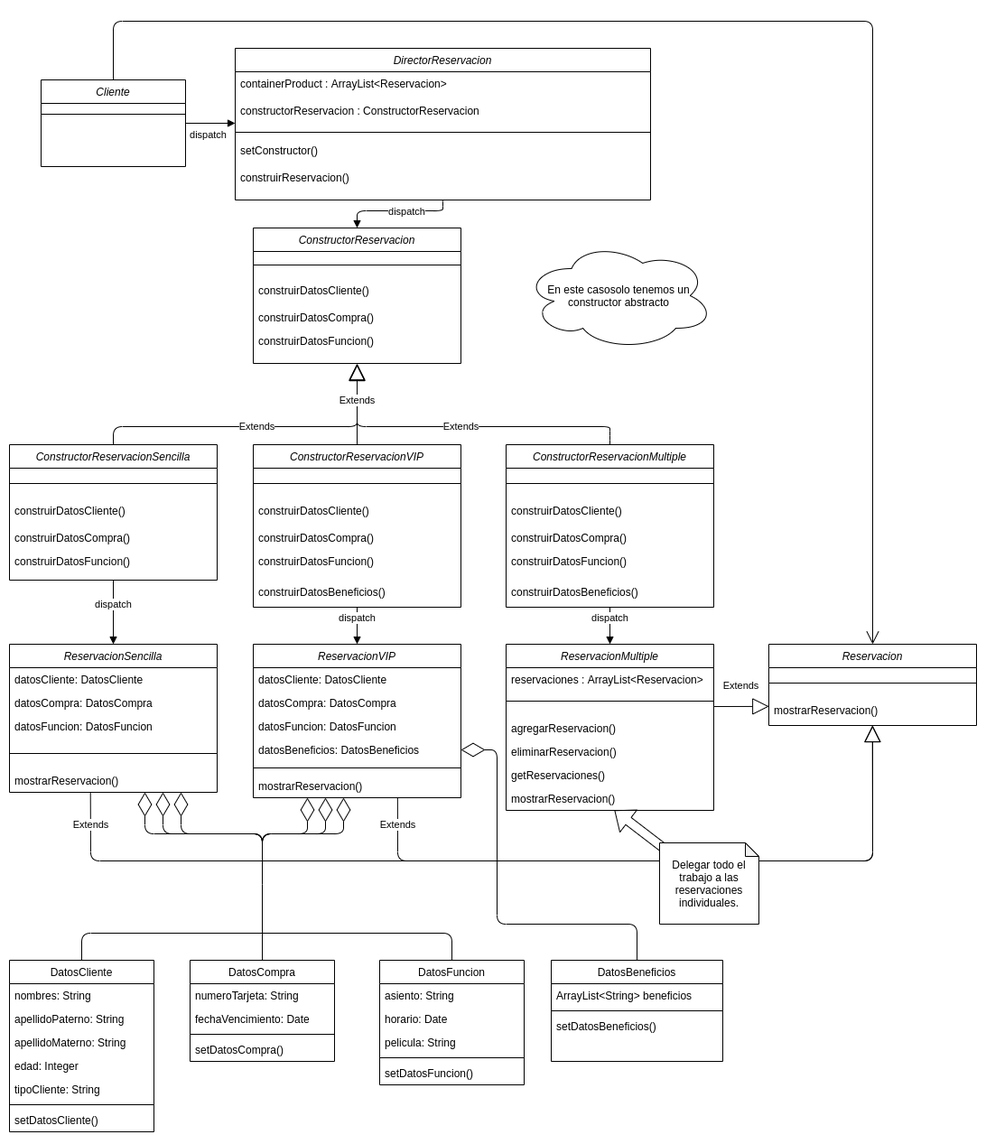
Earlier version of the draw.io export diagramas/BUILDER_COMPOSITE/diagrama de clase.png (Josemarialanda/PDAS-proyecto-final). Source tidied: cells renumbered, new cells last; positions are measured from the earlier drawing's top-left corner, leaving out a move shared by most shapes.
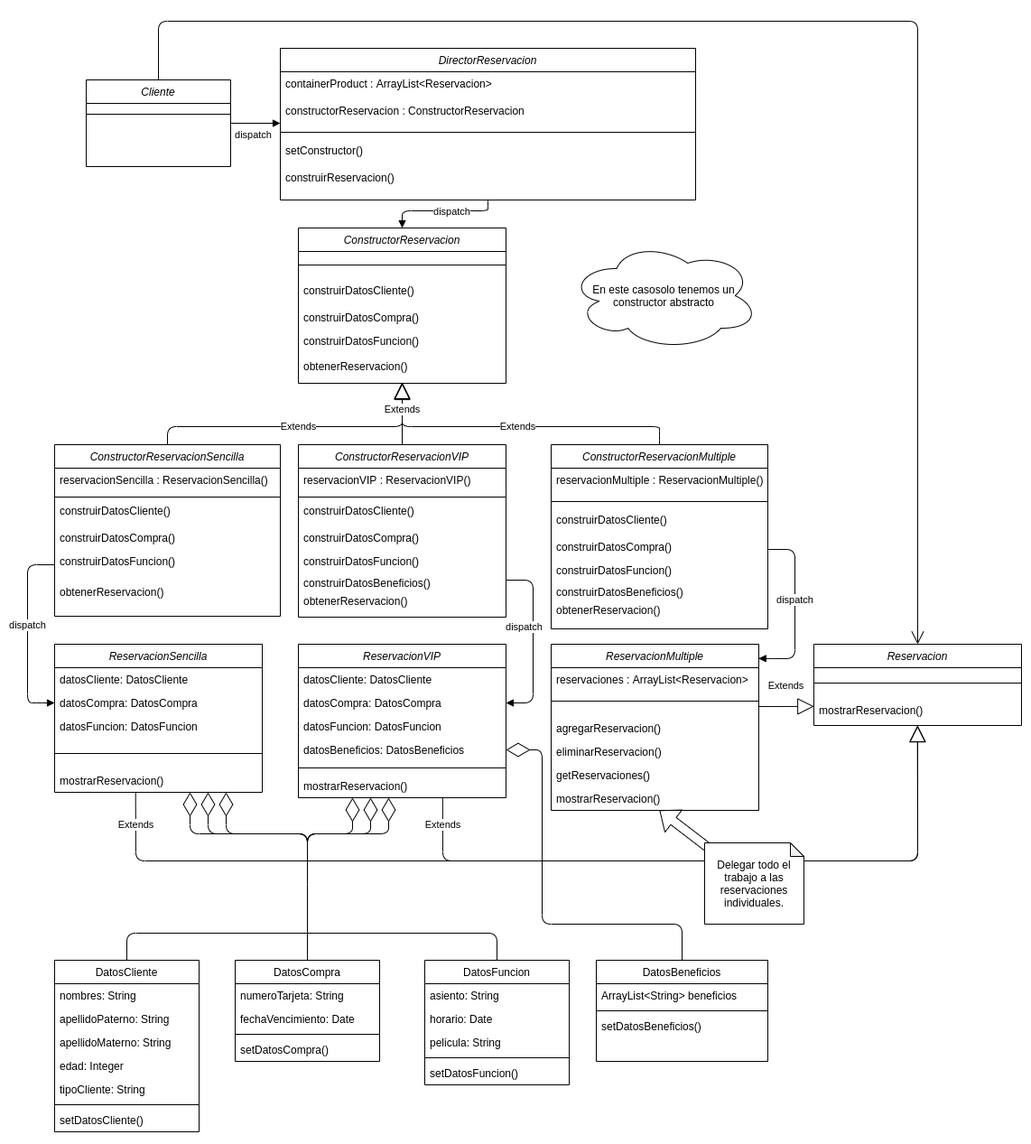
After the change.

Commit message:
cambio pequeño a diagram de clase patron 3

What changed in the source:
```diff
@@ -27,7 +27,7 @@
       <mxGeometry y="130" width="460" height="30" as="geometry" />
     </mxCell>
     <mxCell id="10" value="ConstructorReservacion" style="swimlane;fontStyle=2;align=center;verticalAlign=top;horizontal=1;startSize=26;rounded=0;shadow=0;strokeWidth=1;" parent="1" vertex="1">
-      <mxGeometry x="270" y="229" width="230" height="150" as="geometry" />
+      <mxGeometry x="270" y="229" width="230" height="172" as="geometry" />
     </mxCell>
     <mxCell id="11" style="line;html=1;strokeWidth=1;align=left;verticalAlign=middle;spacingTop=-1;spacingLeft=3;spacingRight=3;labelPosition=right;" parent="10" vertex="1">
       <mxGeometry y="26" width="230" height="30" as="geometry" />
@@ -39,8 +39,11 @@
       <mxGeometry y="86" width="230" height="26" as="geometry" />
     </mxCell>
     <mxCell id="14" value="construirDatosFuncion()" style="text;align=left;verticalAlign=top;spacingLeft=4;spacingRight=4;overflow=hidden;rounded=0;shadow=0;html=0;" parent="10" vertex="1">
-      <mxGeometry y="112" width="230" height="34" as="geometry" />
+      <mxGeometry y="112" width="230" height="28" as="geometry" />
     </mxCell>
+    <mxCell id="102" value="obtenerReservacion()" style="text;align=left;verticalAlign=top;spacingLeft=4;spacingRight=4;overflow=hidden;rounded=0;shadow=0;html=0;" parent="10" vertex="1">
+      <mxGeometry y="140" width="230" height="26" as="geometry" />
+    </mxCell>
     <mxCell id="15" value="dispatch" style="html=1;verticalAlign=bottom;endArrow=block;exitX=0.5;exitY=1;exitDx=0;exitDy=0;entryX=0.5;entryY=0;entryDx=0;entryDy=0;" parent="1" edge="1" source="4" target="10">
       <mxGeometry x="-0.17" y="10" relative="1" as="geometry">
         <Array as="points">
@@ -51,25 +54,34 @@
       </mxGeometry>
     </mxCell>
     <mxCell id="16" value="ConstructorReservacionSencilla" style="swimlane;fontStyle=2;align=center;verticalAlign=top;horizontal=1;startSize=26;rounded=0;shadow=0;strokeWidth=1;" parent="1" vertex="1">
-      <mxGeometry y="469" width="230" height="150" as="geometry" />
+      <mxGeometry y="469" width="250" height="190" as="geometry" />
     </mxCell>
+    <mxCell id="103" value="reservacionSencilla : ReservacionSencilla()" style="text;align=left;verticalAlign=top;spacingLeft=4;spacingRight=4;overflow=hidden;rounded=0;shadow=0;html=0;" parent="16" vertex="1">
+      <mxGeometry y="26" width="250" height="30" as="geometry" />
+    </mxCell>
     <mxCell id="17" style="line;html=1;strokeWidth=1;align=left;verticalAlign=middle;spacingTop=-1;spacingLeft=3;spacingRight=3;labelPosition=right;" parent="16" vertex="1">
-      <mxGeometry y="26" width="230" height="34" as="geometry" />
+      <mxGeometry y="56" width="250" height="4" as="geometry" />
     </mxCell>
     <mxCell id="18" value="construirDatosCliente()" style="text;align=left;verticalAlign=top;spacingLeft=4;spacingRight=4;overflow=hidden;rounded=0;shadow=0;html=0;" parent="16" vertex="1">
-      <mxGeometry y="60" width="230" height="30" as="geometry" />
+      <mxGeometry y="60" width="250" height="30" as="geometry" />
     </mxCell>
     <mxCell id="19" value="construirDatosCompra()" style="text;align=left;verticalAlign=top;spacingLeft=4;spacingRight=4;overflow=hidden;rounded=0;shadow=0;html=0;" parent="16" vertex="1">
-      <mxGeometry y="90" width="230" height="26" as="geometry" />
+      <mxGeometry y="90" width="250" height="26" as="geometry" />
     </mxCell>
     <mxCell id="20" value="construirDatosFuncion()" style="text;align=left;verticalAlign=top;spacingLeft=4;spacingRight=4;overflow=hidden;points=[[0,0.5],[1,0.5]];portConstraint=eastwest;rounded=0;shadow=0;html=0;" parent="16" vertex="1">
-      <mxGeometry y="116" width="230" height="34" as="geometry" />
+      <mxGeometry y="116" width="250" height="34" as="geometry" />
     </mxCell>
+    <mxCell id="104" value="obtenerReservacion()" style="text;align=left;verticalAlign=top;spacingLeft=4;spacingRight=4;overflow=hidden;rounded=0;shadow=0;html=0;" parent="16" vertex="1">
+      <mxGeometry y="150" width="250" height="40" as="geometry" />
+    </mxCell>
     <mxCell id="21" value="ConstructorReservacionVIP" style="swimlane;fontStyle=2;align=center;verticalAlign=top;horizontal=1;startSize=26;rounded=0;shadow=0;strokeWidth=1;" parent="1" vertex="1">
-      <mxGeometry x="270" y="469" width="230" height="180" as="geometry" />
+      <mxGeometry x="270" y="469" width="230" height="191" as="geometry" />
     </mxCell>
+    <mxCell id="105" value="reservacionVIP : ReservacionVIP()" style="text;align=left;verticalAlign=top;spacingLeft=4;spacingRight=4;overflow=hidden;rounded=0;shadow=0;html=0;" parent="21" vertex="1">
+      <mxGeometry y="26" width="230" height="30" as="geometry" />
+    </mxCell>
     <mxCell id="22" style="line;html=1;strokeWidth=1;align=left;verticalAlign=middle;spacingTop=-1;spacingLeft=3;spacingRight=3;labelPosition=right;" parent="21" vertex="1">
-      <mxGeometry y="26" width="230" height="34" as="geometry" />
+      <mxGeometry y="56" width="230" height="4" as="geometry" />
     </mxCell>
     <mxCell id="23" value="construirDatosCliente()" style="text;align=left;verticalAlign=top;spacingLeft=4;spacingRight=4;overflow=hidden;rounded=0;shadow=0;html=0;" parent="21" vertex="1">
       <mxGeometry y="60" width="230" height="30" as="geometry" />
@@ -78,29 +90,38 @@
       <mxGeometry y="90" width="230" height="26" as="geometry" />
     </mxCell>
     <mxCell id="25" value="construirDatosFuncion()" style="text;align=left;verticalAlign=top;spacingLeft=4;spacingRight=4;overflow=hidden;rounded=0;shadow=0;html=0;" parent="21" vertex="1">
-      <mxGeometry y="116" width="230" height="34" as="geometry" />
+      <mxGeometry y="116" width="230" height="24" as="geometry" />
     </mxCell>
     <mxCell id="26" value="construirDatosBeneficios()" style="text;align=left;verticalAlign=top;spacingLeft=4;spacingRight=4;overflow=hidden;points=[[0,0.5],[1,0.5]];portConstraint=eastwest;rounded=0;shadow=0;html=0;" parent="21" vertex="1">
-      <mxGeometry y="150" width="230" height="30" as="geometry" />
+      <mxGeometry y="140" width="230" height="20" as="geometry" />
     </mxCell>
+    <mxCell id="106" value="obtenerReservacion()" style="text;align=left;verticalAlign=top;spacingLeft=4;spacingRight=4;overflow=hidden;rounded=0;shadow=0;html=0;" parent="21" vertex="1">
+      <mxGeometry y="160" width="230" height="20" as="geometry" />
+    </mxCell>
     <mxCell id="27" value="ConstructorReservacionMultiple" style="swimlane;fontStyle=2;align=center;verticalAlign=top;horizontal=1;startSize=26;rounded=0;shadow=0;strokeWidth=1;" parent="1" vertex="1">
-      <mxGeometry x="550" y="469" width="230" height="180" as="geometry" />
+      <mxGeometry x="550" y="469" width="240" height="204" as="geometry" />
     </mxCell>
+    <mxCell id="107" value="reservacionMultiple : ReservacionMultiple()" style="text;align=left;verticalAlign=top;spacingLeft=4;spacingRight=4;overflow=hidden;rounded=0;shadow=0;html=0;" parent="27" vertex="1">
+      <mxGeometry y="26" width="240" height="30" as="geometry" />
+    </mxCell>
     <mxCell id="28" style="line;html=1;strokeWidth=1;align=left;verticalAlign=middle;spacingTop=-1;spacingLeft=3;spacingRight=3;labelPosition=right;" parent="27" vertex="1">
-      <mxGeometry y="26" width="230" height="34" as="geometry" />
+      <mxGeometry y="56" width="240" height="14" as="geometry" />
     </mxCell>
     <mxCell id="29" value="construirDatosCliente()" style="text;align=left;verticalAlign=top;spacingLeft=4;spacingRight=4;overflow=hidden;rounded=0;shadow=0;html=0;" parent="27" vertex="1">
-      <mxGeometry y="60" width="230" height="30" as="geometry" />
+      <mxGeometry y="70" width="240" height="30" as="geometry" />
     </mxCell>
     <mxCell id="30" value="construirDatosCompra()" style="text;align=left;verticalAlign=top;spacingLeft=4;spacingRight=4;overflow=hidden;rounded=0;shadow=0;html=0;" parent="27" vertex="1">
-      <mxGeometry y="90" width="230" height="26" as="geometry" />
+      <mxGeometry y="100" width="240" height="26" as="geometry" />
     </mxCell>
     <mxCell id="31" value="construirDatosFuncion()" style="text;align=left;verticalAlign=top;spacingLeft=4;spacingRight=4;overflow=hidden;rounded=0;shadow=0;html=0;" parent="27" vertex="1">
-      <mxGeometry y="116" width="230" height="34" as="geometry" />
+      <mxGeometry y="126" width="240" height="24" as="geometry" />
     </mxCell>
     <mxCell id="32" value="construirDatosBeneficios()" style="text;align=left;verticalAlign=top;spacingLeft=4;spacingRight=4;overflow=hidden;rounded=0;shadow=0;html=0;" parent="27" vertex="1">
-      <mxGeometry y="150" width="230" height="30" as="geometry" />
+      <mxGeometry y="150" width="240" height="20" as="geometry" />
     </mxCell>
+    <mxCell id="108" value="obtenerReservacion()" style="text;align=left;verticalAlign=top;spacingLeft=4;spacingRight=4;overflow=hidden;rounded=0;shadow=0;html=0;" parent="27" vertex="1">
+      <mxGeometry y="170" width="240" height="34" as="geometry" />
+    </mxCell>
     <mxCell id="33" value="dispatch" style="html=1;verticalAlign=bottom;endArrow=block;exitX=1;exitY=0.5;exitDx=0;exitDy=0;entryX=0;entryY=0.5;entryDx=0;entryDy=0;" parent="1" edge="1" source="2">
       <mxGeometry x="-0.09" y="-22" relative="1" as="geometry">
         <mxPoint x="250" y="113" as="targetPoint" />
@@ -145,9 +166,6 @@
     <mxCell id="46" value="mostrarReservacion()" style="text;align=left;verticalAlign=top;spacingLeft=4;spacingRight=4;overflow=hidden;points=[[0,0.5],[1,0.5]];portConstraint=eastwest;" parent="40" vertex="1">
       <mxGeometry y="144" width="230" height="26" as="geometry" />
     </mxCell>
-    <mxCell id="47" value="dispatch" style="html=1;verticalAlign=bottom;endArrow=block;exitX=0.5;exitY=1;exitDx=0;exitDy=0;entryX=0.5;entryY=0;entryDx=0;entryDy=0;" parent="1" edge="1" source="21" target="40">
-      <mxGeometry relative="1" as="geometry" />
-    </mxCell>
     <mxCell id="48" value="ReservacionMultiple" style="swimlane;fontStyle=2;align=center;verticalAlign=top;horizontal=1;startSize=26;rounded=0;shadow=0;strokeWidth=1;" parent="1" vertex="1">
       <mxGeometry x="550" y="690" width="230" height="184" as="geometry" />
     </mxCell>
@@ -175,9 +193,6 @@
         <mxPoint x="120" y="184" as="targetPoint" />
       </mxGeometry>
     </mxCell>
-    <mxCell id="56" value="dispatch" style="html=1;verticalAlign=bottom;endArrow=block;exitX=0.5;exitY=1;exitDx=0;exitDy=0;entryX=0.5;entryY=0;entryDx=0;entryDy=0;" parent="1" edge="1" source="27" target="48">
-      <mxGeometry relative="1" as="geometry" />
-    </mxCell>
     <mxCell id="57" value="Reservacion" style="swimlane;fontStyle=2;align=center;verticalAlign=top;horizontal=1;startSize=26;rounded=0;shadow=0;strokeWidth=1;" parent="1" vertex="1">
       <mxGeometry x="841" y="690" width="230" height="90" as="geometry" />
     </mxCell>
@@ -189,9 +204,9 @@
     </mxCell>
     <mxCell id="60" value="Extends" style="endArrow=block;endSize=16;endFill=0;html=1;exitX=0.5;exitY=0;exitDx=0;exitDy=0;" parent="1" edge="1" source="16">
       <mxGeometry relative="1" as="geometry">
-        <mxPoint x="385" y="380" as="targetPoint" />
+        <mxPoint x="385" y="400" as="targetPoint" />
         <Array as="points">
-          <mxPoint x="115" y="449" />
+          <mxPoint x="125" y="449" />
           <mxPoint x="385" y="449" />
           <mxPoint x="385" y="439" />
         </Array>
@@ -199,23 +214,29 @@
     </mxCell>
     <mxCell id="61" value="Extends" style="endArrow=block;endSize=16;endFill=0;html=1;exitX=0.5;exitY=0;exitDx=0;exitDy=0;" parent="1" edge="1" source="27">
       <mxGeometry relative="1" as="geometry">
-        <mxPoint x="385" y="380" as="targetPoint" />
+        <mxPoint x="385" y="400" as="targetPoint" />
         <Array as="points">
-          <mxPoint x="665" y="459" />
-          <mxPoint x="665" y="449" />
+          <mxPoint x="670" y="459" />
+          <mxPoint x="670" y="449" />
           <mxPoint x="385" y="449" />
           <mxPoint x="385" y="439" />
         </Array>
       </mxGeometry>
     </mxCell>
     <mxCell id="62" value="Extends" style="endArrow=block;endSize=16;endFill=0;html=1;exitX=0.5;exitY=0;exitDx=0;exitDy=0;entryX=0.5;entryY=1;entryDx=0;entryDy=0;" parent="1" edge="1" source="21" target="10">
-      <mxGeometry x="0.09" relative="1" as="geometry" />
+      <mxGeometry x="0.15" relative="1" as="geometry" />
     </mxCell>
     <mxCell id="63" value="En este casosolo tenemos un constructor abstracto" style="ellipse;shape=cloud;whiteSpace=wrap;html=1;" parent="1" vertex="1">
       <mxGeometry x="570" y="244" width="210" height="120" as="geometry" />
     </mxCell>
-    <mxCell id="64" value="dispatch" style="html=1;verticalAlign=bottom;endArrow=block;entryX=0.5;entryY=0;entryDx=0;entryDy=0;exitX=0.5;exitY=0.998;exitDx=0;exitDy=0;exitPerimeter=0;" parent="1" edge="1" source="20" target="34">
-      <mxGeometry relative="1" as="geometry" />
+    <mxCell id="64" value="dispatch" style="html=1;verticalAlign=bottom;endArrow=block;entryX=0;entryY=0.5;entryDx=0;entryDy=0;exitX=0;exitY=0.5;exitDx=0;exitDy=0;" parent="1" edge="1" source="20" target="36">
+      <mxGeometry relative="1" as="geometry">
+        <Array as="points">
+          <mxPoint x="-30" y="602" />
+          <mxPoint x="-30" y="755" />
+          <mxPoint x="-20" y="755" />
+        </Array>
+      </mxGeometry>
     </mxCell>
     <mxCell id="65" value="DatosCliente" style="swimlane;fontStyle=0;align=center;verticalAlign=top;horizontal=1;startSize=26;rounded=0;shadow=0;strokeWidth=1;" parent="1" vertex="1">
       <mxGeometry y="1040" width="160" height="190" as="geometry" />
@@ -404,5 +425,22 @@
     <mxCell id="101" value="Delegar todo el trabajo a las reservaciones individuales." style="shape=note;whiteSpace=wrap;html=1;backgroundOutline=1;darkOpacity=0.05;size=15;" parent="1" vertex="1">
       <mxGeometry x="720" y="910" width="110" height="90" as="geometry" />
     </mxCell>
+    <mxCell id="109" value="dispatch" style="html=1;verticalAlign=bottom;endArrow=block;exitX=1;exitY=0.5;exitDx=0;exitDy=0;entryX=1;entryY=0.5;entryDx=0;entryDy=0;" parent="1" edge="1" source="26" target="42">
+      <mxGeometry x="-0.07" y="-10" relative="1" as="geometry">
+        <Array as="points">
+          <mxPoint x="530" y="619" />
+          <mxPoint x="530" y="755" />
+        </Array>
+      </mxGeometry>
+    </mxCell>
+    <mxCell id="110" value="dispatch" style="html=1;verticalAlign=bottom;endArrow=block;exitX=1;exitY=0.5;exitDx=0;exitDy=0;entryX=0.999;entryY=0.086;entryDx=0;entryDy=0;entryPerimeter=0;" parent="1" edge="1" target="48">
+      <mxGeometry x="-0.01" relative="1" as="geometry">
+        <mxPoint x="790" y="585" as="sourcePoint" />
+        <Array as="points">
+          <mxPoint x="820" y="585" />
+          <mxPoint x="820" y="706" />
+        </Array>
+      </mxGeometry>
+    </mxCell>
   </root>
 </mxGraphModel>
```
